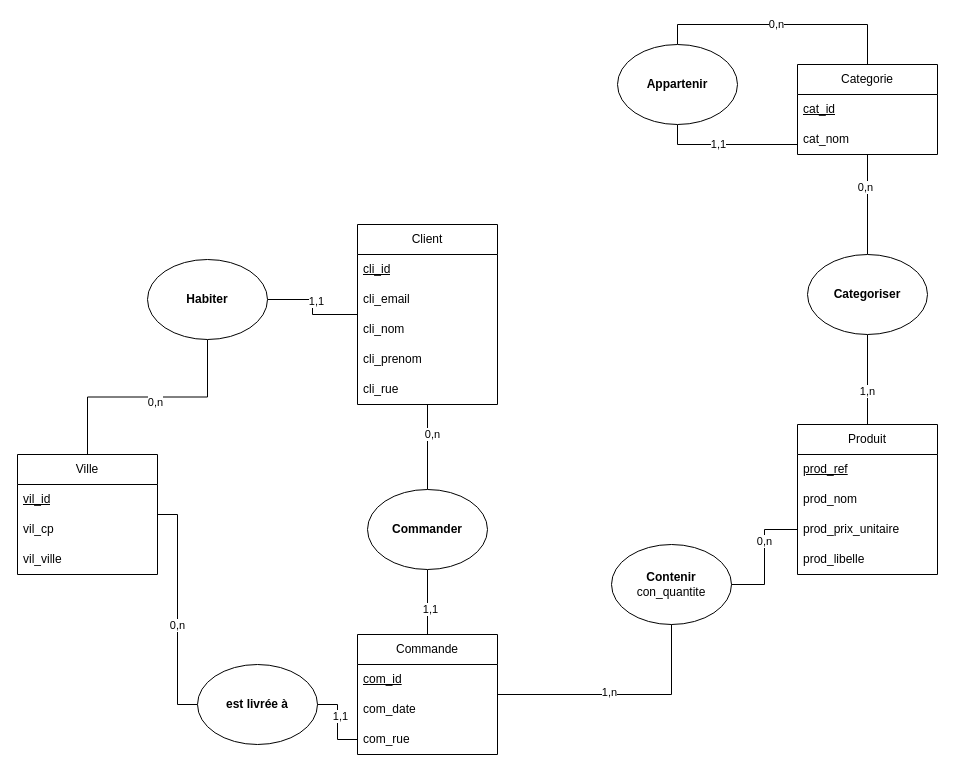
Earlier version of the draw.io diagram MCD_Gestion_magasin.drawio (Mzk-Ali/EXO_M2I_MERISE). Source tidied: cells renumbered, new cells numbered last; positions are measured from the earlier drawing's top-left corner, leaving out a move shared by most shapes. Both pictures are drawn from the tidied source at 100%, with x=0, y=0 at pixel (17, 44).
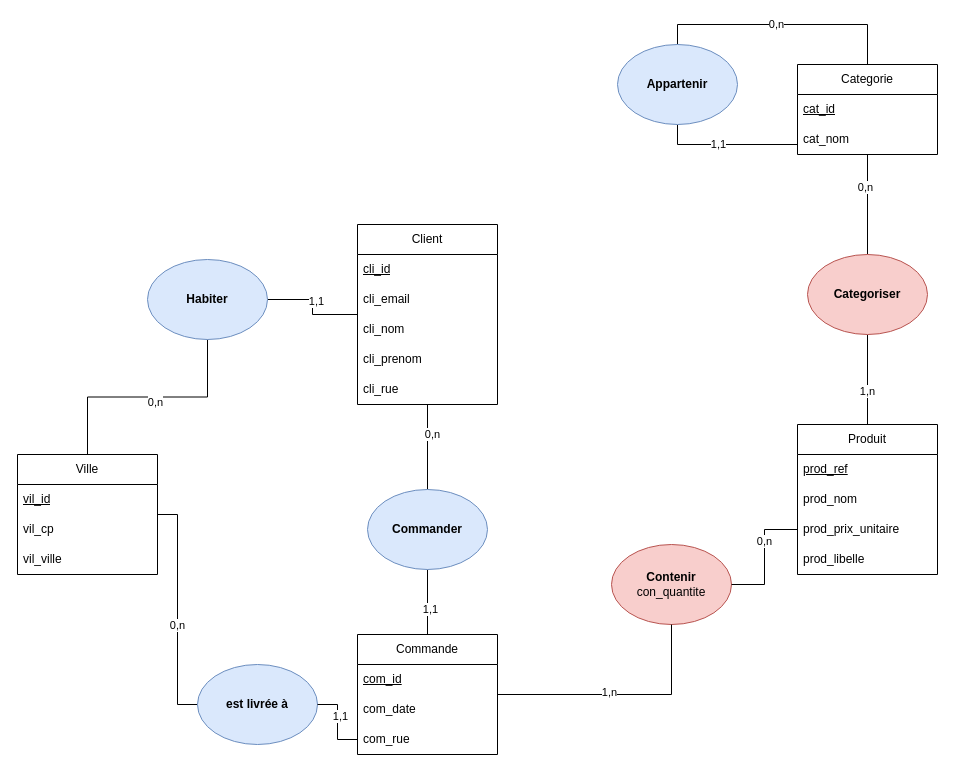
The same diagram, later.

Commit message (it also covers changes not shown here):
Mettre à jour MCD_Gestion_magasin.drawio

Change to the diagram source:
```diff
@@
-    <mxCell id="22" value="&lt;b&gt;Categoriser&lt;/b&gt;" style="ellipse;whiteSpace=wrap;html=1;" parent="1" vertex="1">
+    <mxCell id="22" value="&lt;b&gt;Categoriser&lt;/b&gt;" style="ellipse;whiteSpace=wrap;html=1;fillColor=#f8cecc;strokeColor=#b85450;" parent="1" vertex="1">
       <mxGeometry x="790" y="210" width="120" height="80" as="geometry" />
     </mxCell>
-    <mxCell id="23" value="&lt;b&gt;Contenir&lt;/b&gt;&lt;div&gt;con_quantite&lt;/div&gt;" style="ellipse;whiteSpace=wrap;html=1;" parent="1" vertex="1">
+    <mxCell id="23" value="&lt;b&gt;Contenir&lt;/b&gt;&lt;div&gt;con_quantite&lt;/div&gt;" style="ellipse;whiteSpace=wrap;html=1;fillColor=#f8cecc;strokeColor=#b85450;" parent="1" vertex="1">
       <mxGeometry x="594" y="500" width="120" height="80" as="geometry" />
     </mxCell>
@@
-    <mxCell id="36" value="&lt;b&gt;Commander&lt;/b&gt;" style="ellipse;whiteSpace=wrap;html=1;" parent="1" vertex="1">
+    <mxCell id="36" value="&lt;b&gt;Commander&lt;/b&gt;" style="ellipse;whiteSpace=wrap;html=1;fillColor=#dae8fc;strokeColor=#6c8ebf;" parent="1" vertex="1">
       <mxGeometry x="350" y="445" width="120" height="80" as="geometry" />
     </mxCell>
@@
-    <mxCell id="41" value="&lt;b&gt;Appartenir&lt;/b&gt;" style="ellipse;whiteSpace=wrap;html=1;" parent="1" vertex="1">
+    <mxCell id="41" value="&lt;b&gt;Appartenir&lt;/b&gt;" style="ellipse;whiteSpace=wrap;html=1;fillColor=#dae8fc;strokeColor=#6c8ebf;" parent="1" vertex="1">
       <mxGeometry x="600" width="120" height="80" as="geometry" />
     </mxCell>
@@
-    <mxCell id="48" value="&lt;b&gt;est livrée à&lt;/b&gt;" style="ellipse;whiteSpace=wrap;html=1;" parent="1" vertex="1">
+    <mxCell id="48" value="&lt;b&gt;est livrée à&lt;/b&gt;" style="ellipse;whiteSpace=wrap;html=1;fillColor=#dae8fc;strokeColor=#6c8ebf;" parent="1" vertex="1">
       <mxGeometry x="180" y="620" width="120" height="80" as="geometry" />
     </mxCell>
@@
-    <mxCell id="53" value="&lt;b&gt;Habiter&lt;/b&gt;" style="ellipse;whiteSpace=wrap;html=1;" parent="1" vertex="1">
+    <mxCell id="53" value="&lt;b&gt;Habiter&lt;/b&gt;" style="ellipse;whiteSpace=wrap;html=1;fillColor=#dae8fc;strokeColor=#6c8ebf;" parent="1" vertex="1">
       <mxGeometry x="130" y="215" width="120" height="80" as="geometry" />
     </mxCell>
```
